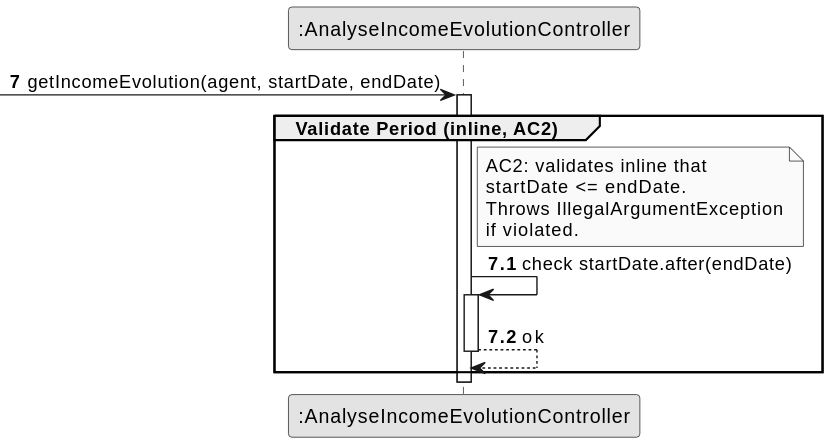
Earlier version of the PlantUML export docs/system-documentation/US10/03.design/svg/US10-SD-partial-validate-period.svg (brunodspinto/crystal-clear-platform).
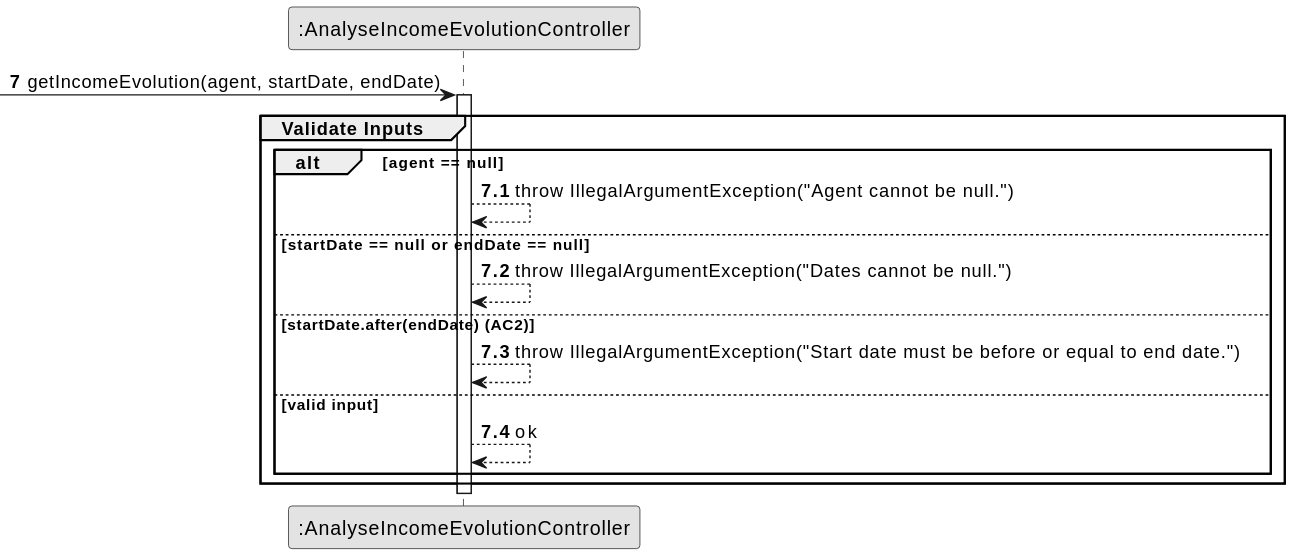
Above is the later version.

Diff of the diagram source:
```diff
@@ -11,19 +11,17 @@
  -> CTRL : getIncomeEvolution(agent, startDate, endDate)
 autonumber 7.1
 activate CTRL
-    group Validate Period (inline, AC2)
+    group Validate Inputs
 
-        note right of CTRL
-            AC2: validates inline that
-            startDate <= endDate.
-            Throws IllegalArgumentException
-            if violated.
-        end note
-
-        CTRL -> CTRL : check startDate.after(endDate)
-        activate CTRL
+        alt agent == null
+            CTRL --> CTRL : throw IllegalArgumentException("Agent cannot be null.")
+        else startDate == null or endDate == null
+            CTRL --> CTRL : throw IllegalArgumentException("Dates cannot be null.")
+        else startDate.after(endDate) (AC2)
+            CTRL --> CTRL : throw IllegalArgumentException("Start date must be before or equal to end date.")
+        else valid input
             CTRL --> CTRL : ok
-        deactivate CTRL
+        end
 
     end
 deactivate CTRL
```
